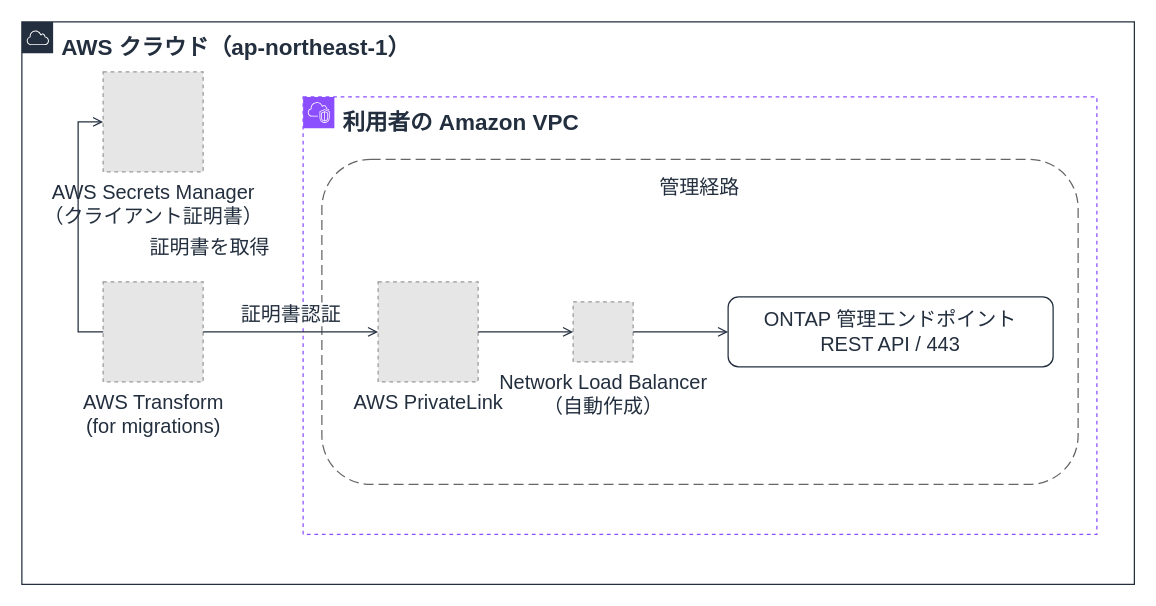
Yoshiki0705/vmware-migration-ec2-ontap keeps this draw.io diagram as docs/_assets/diagrams/atx-fsxn-control-path.drawio. Above is the earlier version. Source tidied: cells renumbered, new cells numbered last; positions are measured from the earlier drawing's top-left corner, leaving out a move shared by most shapes. Both pictures are drawn from the tidied source at 125%, with x=0, y=0 at pixel (21, 21). Pictures stored in the file or linked from it are replaced by grey dashed boxes.
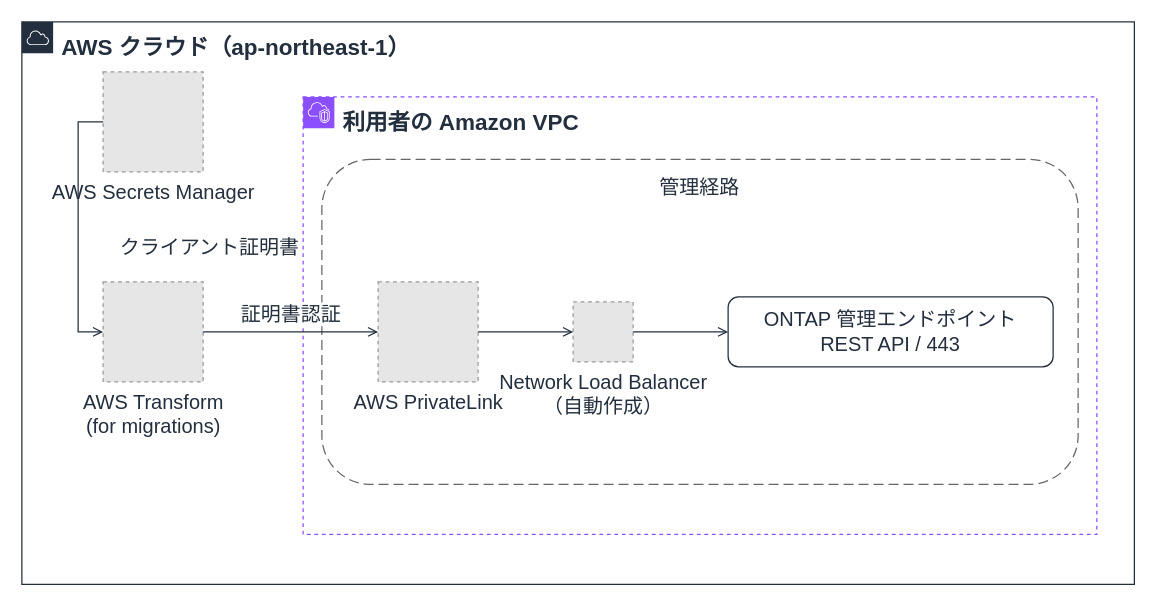
The same page after the edit.

The edit, as a diff of the source:
```diff
@@
 <mxGraphModel background="#FFFFFF">
   <root>
     <mxCell id="0" />
     <mxCell id="1" parent="0" />
     <mxCell id="2" value="AWS クラウド（ap-northeast-1）" style="gradientColor=none;html=1;whiteSpace=wrap;fontSize=18;fontStyle=1;fontColor=#232F3E;shape=mxgraph.aws4.group;grIcon=mxgraph.aws4.group_aws_cloud;strokeColor=#232F3E;fillColor=none;verticalAlign=top;align=left;spacingLeft=30;spacingTop=4;dashed=0;" parent="1" vertex="1">
       <mxGeometry width="890" height="450" as="geometry" />
     </mxCell>
     <mxCell id="3" value="利用者の Amazon VPC" style="gradientColor=none;html=1;whiteSpace=wrap;fontSize=18;fontStyle=1;fontColor=#232F3E;shape=mxgraph.aws4.group;grIcon=mxgraph.aws4.group_vpc2;strokeColor=#8C4FFF;fillColor=none;verticalAlign=top;align=left;spacingLeft=30;spacingTop=4;dashed=1;" parent="1" vertex="1">
       <mxGeometry x="225" y="60" width="635" height="350" as="geometry" />
     </mxCell>
     <mxCell id="4" value="管理経路" style="rounded=1;whiteSpace=wrap;html=1;dashed=1;dashPattern=8 4;strokeColor=#666666;fillColor=none;fontColor=#232F3E;fontSize=16;verticalAlign=top;align=center;spacingTop=6;" parent="1" vertex="1">
       <mxGeometry x="240" y="110" width="605" height="260" as="geometry" />
     </mxCell>
     <mxCell id="5" value="ONTAP 管理エンドポイント&#10;REST API / 443" style="rounded=1;whiteSpace=wrap;html=1;strokeColor=#232F3E;fillColor=none;fontColor=#232F3E;fontSize=16;verticalAlign=middle;align=center;" parent="1" vertex="1">
       <mxGeometry x="565" y="220" width="260" height="56" as="geometry" />
     </mxCell>
     <mxCell id="6" value="AWS Transform&#10;(for migrations)" style="fillColor=#E6E6E6;strokeColor=#999999;dashed=1;html=1;verticalLabelPosition=bottom;verticalAlign=top;labelPosition=center;align=center;fontSize=16;fontColor=#232F3E;" parent="1" vertex="1">
       <mxGeometry x="65" y="208" width="80" height="80" as="geometry" />
     </mxCell>
-    <mxCell id="7" value="AWS Secrets Manager&#10;（クライアント証明書）" style="fillColor=#E6E6E6;strokeColor=#999999;dashed=1;html=1;verticalLabelPosition=bottom;verticalAlign=top;labelPosition=center;align=center;fontSize=16;fontColor=#232F3E;" parent="1" vertex="1">
+    <mxCell id="7" value="AWS Secrets Manager" style="fillColor=#E6E6E6;strokeColor=#999999;dashed=1;html=1;verticalLabelPosition=bottom;verticalAlign=top;labelPosition=center;align=center;fontSize=16;fontColor=#232F3E;" parent="1" vertex="1">
       <mxGeometry x="65" y="40" width="80" height="80" as="geometry" />
     </mxCell>
     <mxCell id="8" value="AWS PrivateLink" style="fillColor=#E6E6E6;strokeColor=#999999;dashed=1;html=1;verticalLabelPosition=bottom;verticalAlign=top;labelPosition=center;align=center;fontSize=16;fontColor=#232F3E;" parent="1" vertex="1">
       <mxGeometry x="285" y="208" width="80" height="80" as="geometry" />
     </mxCell>
     <mxCell id="9" value="Network Load Balancer&#10;（自動作成）" style="fillColor=#E6E6E6;strokeColor=#999999;dashed=1;html=1;verticalLabelPosition=bottom;verticalAlign=top;labelPosition=center;align=center;fontSize=16;fontColor=#232F3E;" parent="1" vertex="1">
       <mxGeometry x="441" y="224" width="48" height="48" as="geometry" />
     </mxCell>
     <mxCell id="10" value="証明書認証" style="edgeStyle=orthogonalEdgeStyle;rounded=0;html=1;endArrow=open;endFill=0;strokeColor=#232F3E;strokeWidth=1;fontSize=16;fontColor=#232F3E;labelBackgroundColor=#FFFFFF;exitX=1;exitY=0.5;exitDx=0;exitDy=0;entryX=0;entryY=0.5;entryDx=0;entryDy=0;" parent="1" edge="1" source="6" target="8">
       <mxGeometry relative="1" as="geometry">
         <mxPoint y="-14" as="offset" />
       </mxGeometry>
     </mxCell>
     <mxCell id="11" style="edgeStyle=orthogonalEdgeStyle;rounded=0;html=1;endArrow=open;endFill=0;strokeColor=#232F3E;strokeWidth=1;fontSize=16;fontColor=#232F3E;labelBackgroundColor=#FFFFFF;exitX=1;exitY=0.5;exitDx=0;exitDy=0;entryX=0;entryY=0.5;entryDx=0;entryDy=0;" parent="1" edge="1" source="8" target="9">
       <mxGeometry relative="1" as="geometry" />
     </mxCell>
     <mxCell id="12" style="edgeStyle=orthogonalEdgeStyle;rounded=0;html=1;endArrow=open;endFill=0;strokeColor=#232F3E;strokeWidth=1;fontSize=16;fontColor=#232F3E;labelBackgroundColor=#FFFFFF;exitX=1;exitY=0.5;exitDx=0;exitDy=0;entryX=0;entryY=0.5;entryDx=0;entryDy=0;" parent="1" edge="1" source="9" target="5">
       <mxGeometry relative="1" as="geometry" />
     </mxCell>
-    <mxCell id="13" value="証明書を取得" style="edgeStyle=orthogonalEdgeStyle;rounded=0;html=1;endArrow=open;endFill=0;strokeColor=#232F3E;strokeWidth=1;fontSize=16;fontColor=#232F3E;labelBackgroundColor=#FFFFFF;exitX=0;exitY=0.5;exitDx=0;exitDy=0;entryX=0;entryY=0.5;entryDx=0;entryDy=0;" parent="1" edge="1" source="6" target="7">
-      <mxGeometry x="-0.15" relative="1" as="geometry">
+    <mxCell id="13" value="クライアント証明書" style="edgeStyle=orthogonalEdgeStyle;rounded=0;html=1;endArrow=open;endFill=0;strokeColor=#232F3E;strokeWidth=1;fontSize=16;fontColor=#232F3E;labelBackgroundColor=#FFFFFF;exitX=0;exitY=0.5;exitDx=0;exitDy=0;entryX=0;entryY=0.5;entryDx=0;entryDy=0;" parent="1" edge="1" source="7" target="6">
+      <mxGeometry x="0.15" relative="1" as="geometry">
         <Array as="points">
+          <mxPoint x="45" y="80" />
           <mxPoint x="45" y="248" />
-          <mxPoint x="45" y="80" />
         </Array>
         <mxPoint x="105" as="offset" />
       </mxGeometry>
     </mxCell>
   </root>
 </mxGraphModel>
```
